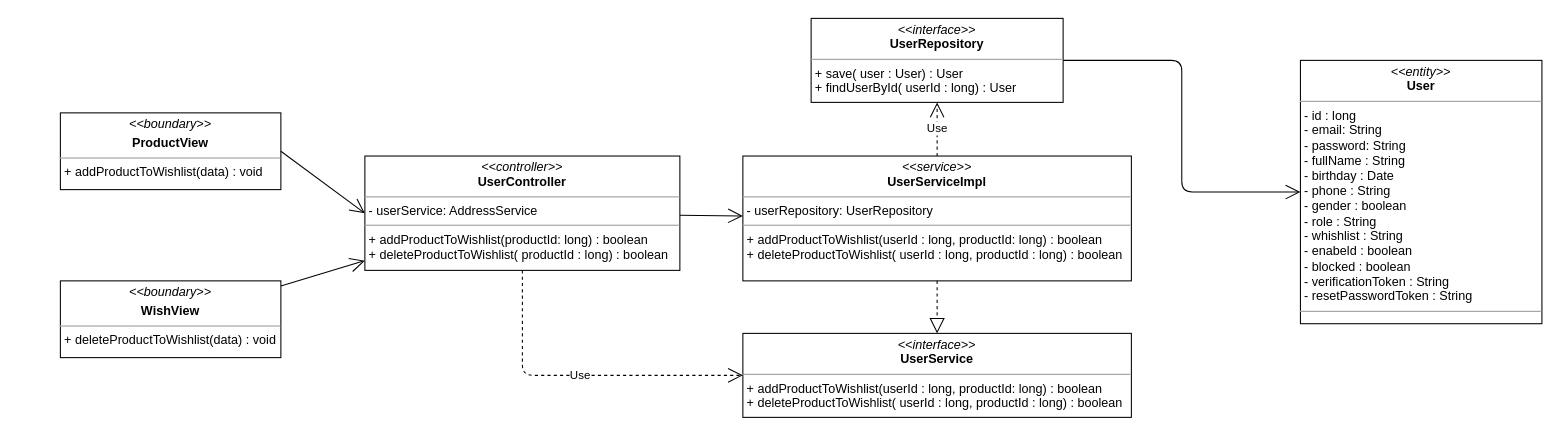
The draw.io diagram class diagram/add-product-wishlist-class-diagram.drawio in nguyenphamvan/datn_20202, before the edit. Source tidied: cells renumbered, new cells numbered last; positions are measured from the earlier drawing's top-left corner, leaving out a move shared by most shapes. Both pictures are drawn from the tidied source at 105%, with x=0, y=0 at pixel (60, 18).
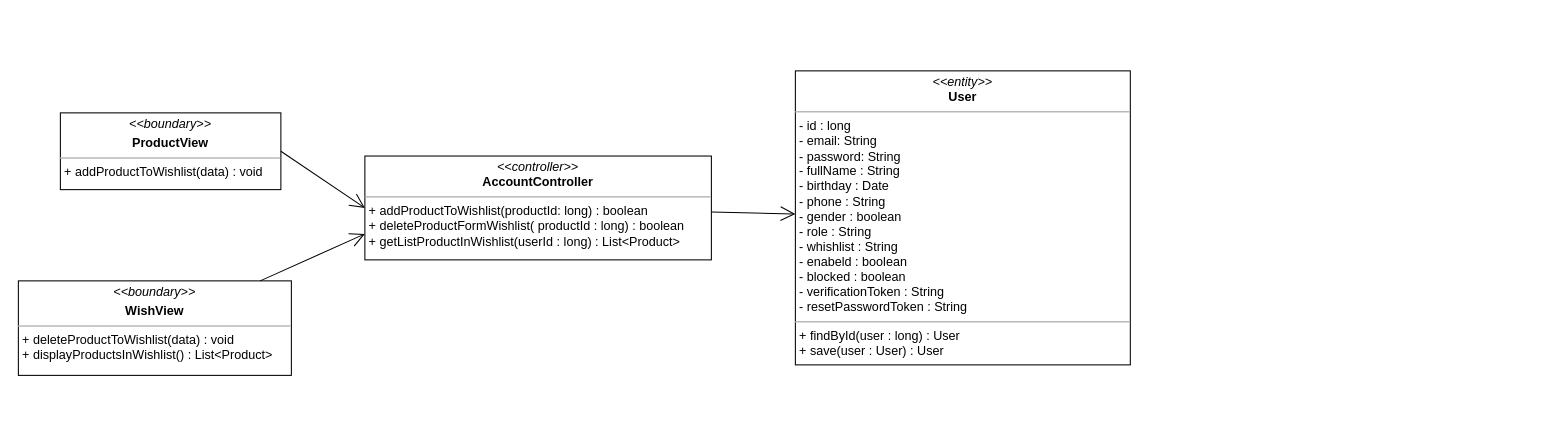
The same diagram, later.

The edit, as a diff of the source:
```diff
@@
 <mxGraphModel>
   <root>
     <mxCell id="0" />
     <mxCell id="1" parent="0" />
     <mxCell id="2" value="&lt;p style=&quot;margin: 0px ; margin-top: 4px ; text-align: center&quot;&gt;&lt;i&gt;&amp;lt;&amp;lt;boundary&amp;gt;&amp;gt;&lt;/i&gt;&lt;/p&gt;&lt;p style=&quot;margin: 0px ; margin-top: 4px ; text-align: center&quot;&gt;&lt;b&gt;ProductView&lt;/b&gt;&lt;/p&gt;&lt;hr size=&quot;1&quot;&gt;&lt;p style=&quot;margin: 0px ; margin-left: 4px&quot;&gt;&lt;span&gt;+ addProductToWishlist(data) : void&lt;/span&gt;&lt;br&gt;&lt;/p&gt;&lt;p style=&quot;margin: 0px ; margin-left: 4px&quot;&gt;&lt;span&gt;&lt;br&gt;&lt;/span&gt;&lt;/p&gt;" style="verticalAlign=top;align=left;overflow=fill;fontSize=12;fontFamily=Helvetica;html=1;" parent="1" vertex="1">
       <mxGeometry y="90" width="210" height="73.1" as="geometry" />
     </mxCell>
-    <mxCell id="3" value="&lt;p style=&quot;margin: 0px ; margin-top: 4px ; text-align: center&quot;&gt;&lt;i&gt;&amp;lt;&amp;lt;interface&amp;gt;&amp;gt;&lt;/i&gt;&lt;br&gt;&lt;b&gt;UserService&lt;/b&gt;&lt;/p&gt;&lt;hr size=&quot;1&quot;&gt;&lt;p style=&quot;margin: 0px ; margin-left: 4px&quot;&gt;&lt;span&gt;+ addProductToWishlist(userId : long, productId: long) : boolean&lt;/span&gt;&lt;br&gt;&lt;/p&gt;&lt;p style=&quot;margin: 0px ; margin-left: 4px&quot;&gt;&lt;span&gt;+ deleteProductToWishlist( userId : long, productId : long) : boolean&lt;/span&gt;&lt;/p&gt;" style="verticalAlign=top;align=left;overflow=fill;fontSize=12;fontFamily=Helvetica;html=1;" parent="1" vertex="1">
-      <mxGeometry x="650" y="300" width="370" height="80" as="geometry" />
-    </mxCell>
-    <mxCell id="4" value="&lt;p style=&quot;margin: 0px ; margin-top: 4px ; text-align: center&quot;&gt;&lt;i&gt;&amp;lt;&amp;lt;entity&amp;gt;&amp;gt;&lt;/i&gt;&lt;br&gt;&lt;b&gt;User&lt;/b&gt;&lt;/p&gt;&lt;hr size=&quot;1&quot;&gt;&lt;p style=&quot;margin: 0px ; margin-left: 4px&quot;&gt;- id : long&lt;/p&gt;&lt;p style=&quot;margin: 0px ; margin-left: 4px&quot;&gt;- email: String&lt;br&gt;- password: String&lt;/p&gt;&lt;p style=&quot;margin: 0px ; margin-left: 4px&quot;&gt;- fullName : String&lt;/p&gt;&lt;p style=&quot;margin: 0px ; margin-left: 4px&quot;&gt;- birthday : Date&lt;/p&gt;&lt;p style=&quot;margin: 0px ; margin-left: 4px&quot;&gt;- phone : String&lt;/p&gt;&lt;p style=&quot;margin: 0px ; margin-left: 4px&quot;&gt;- gender : boolean&lt;/p&gt;&lt;p style=&quot;margin: 0px ; margin-left: 4px&quot;&gt;- role : String&lt;/p&gt;&lt;p style=&quot;margin: 0px ; margin-left: 4px&quot;&gt;- whishlist : String&lt;/p&gt;&lt;p style=&quot;margin: 0px ; margin-left: 4px&quot;&gt;- enabeld : boolean&lt;/p&gt;&lt;p style=&quot;margin: 0px ; margin-left: 4px&quot;&gt;- blocked : boolean&lt;/p&gt;&lt;p style=&quot;margin: 0px ; margin-left: 4px&quot;&gt;- verificationToken : String&lt;/p&gt;&lt;p style=&quot;margin: 0px ; margin-left: 4px&quot;&gt;- resetPasswordToken : String&lt;/p&gt;&lt;hr size=&quot;1&quot;&gt;&lt;p style=&quot;margin: 0px ; margin-left: 4px&quot;&gt;&lt;br&gt;&lt;/p&gt;" style="verticalAlign=top;align=left;overflow=fill;fontSize=12;fontFamily=Helvetica;html=1;" parent="1" vertex="1">
-      <mxGeometry x="1181" y="40" width="230" height="250.8" as="geometry" />
+    <mxCell id="4" value="&lt;p style=&quot;margin: 0px ; margin-top: 4px ; text-align: center&quot;&gt;&lt;i&gt;&amp;lt;&amp;lt;entity&amp;gt;&amp;gt;&lt;/i&gt;&lt;br&gt;&lt;b&gt;User&lt;/b&gt;&lt;/p&gt;&lt;hr size=&quot;1&quot;&gt;&lt;p style=&quot;margin: 0px ; margin-left: 4px&quot;&gt;- id : long&lt;/p&gt;&lt;p style=&quot;margin: 0px ; margin-left: 4px&quot;&gt;- email: String&lt;br&gt;- password: String&lt;/p&gt;&lt;p style=&quot;margin: 0px ; margin-left: 4px&quot;&gt;- fullName : String&lt;/p&gt;&lt;p style=&quot;margin: 0px ; margin-left: 4px&quot;&gt;- birthday : Date&lt;/p&gt;&lt;p style=&quot;margin: 0px ; margin-left: 4px&quot;&gt;- phone : String&lt;/p&gt;&lt;p style=&quot;margin: 0px ; margin-left: 4px&quot;&gt;- gender : boolean&lt;/p&gt;&lt;p style=&quot;margin: 0px ; margin-left: 4px&quot;&gt;- role : String&lt;/p&gt;&lt;p style=&quot;margin: 0px ; margin-left: 4px&quot;&gt;- whishlist : String&lt;/p&gt;&lt;p style=&quot;margin: 0px ; margin-left: 4px&quot;&gt;- enabeld : boolean&lt;/p&gt;&lt;p style=&quot;margin: 0px ; margin-left: 4px&quot;&gt;- blocked : boolean&lt;/p&gt;&lt;p style=&quot;margin: 0px ; margin-left: 4px&quot;&gt;- verificationToken : String&lt;/p&gt;&lt;p style=&quot;margin: 0px ; margin-left: 4px&quot;&gt;- resetPasswordToken : String&lt;/p&gt;&lt;hr size=&quot;1&quot;&gt;&lt;p style=&quot;margin: 0px ; margin-left: 4px&quot;&gt;+ findById(user : long) : User&lt;/p&gt;&lt;p style=&quot;margin: 0px ; margin-left: 4px&quot;&gt;+ save(user : User) : User&lt;/p&gt;" style="verticalAlign=top;align=left;overflow=fill;fontSize=12;fontFamily=Helvetica;html=1;" parent="1" vertex="1">
+      <mxGeometry x="700" y="50" width="319" height="280" as="geometry" />
     </mxCell>
     <mxCell id="5" style="endArrow=open;endFill=1;endSize=12;html=1;entryX=0;entryY=0.5;entryDx=0;entryDy=0;exitX=1;exitY=0.5;exitDx=0;exitDy=0;" parent="1" edge="1" source="2" target="7">
       <mxGeometry relative="1" as="geometry" />
     </mxCell>
-    <mxCell id="6" style="endArrow=open;endFill=1;endSize=12;html=1;entryX=0;entryY=0.5;entryDx=0;entryDy=0;edgeStyle=orthogonalEdgeStyle;" parent="1" edge="1" source="9" target="4">
-      <mxGeometry relative="1" as="geometry" />
-    </mxCell>
-    <mxCell id="7" value="&lt;p style=&quot;margin: 0px ; margin-top: 4px ; text-align: center&quot;&gt;&lt;i&gt;&amp;lt;&amp;lt;controller&amp;gt;&amp;gt;&lt;/i&gt;&lt;br&gt;&lt;b&gt;UserController&lt;/b&gt;&lt;br&gt;&lt;/p&gt;&lt;hr size=&quot;1&quot;&gt;&lt;p style=&quot;margin: 0px ; margin-left: 4px&quot;&gt;- userService: AddressService&lt;/p&gt;&lt;hr size=&quot;1&quot;&gt;&lt;p style=&quot;margin: 0px ; margin-left: 4px&quot;&gt;+ addProductToWishlist(productId: long) : boolean&lt;br&gt;&lt;/p&gt;&lt;p style=&quot;margin: 0px ; margin-left: 4px&quot;&gt;+ deleteProductToWishlist( productId : long) : boolean&lt;/p&gt;" style="verticalAlign=top;align=left;overflow=fill;fontSize=12;fontFamily=Helvetica;html=1;" parent="1" vertex="1">
-      <mxGeometry x="290" y="131.1" width="300" height="108.9" as="geometry" />
+    <mxCell id="7" value="&lt;p style=&quot;margin: 0px ; margin-top: 4px ; text-align: center&quot;&gt;&lt;i&gt;&amp;lt;&amp;lt;controller&amp;gt;&amp;gt;&lt;/i&gt;&lt;br&gt;&lt;b&gt;AccountController&lt;/b&gt;&lt;br&gt;&lt;/p&gt;&lt;hr size=&quot;1&quot;&gt;&lt;p style=&quot;margin: 0px ; margin-left: 4px&quot;&gt;&lt;span&gt;+ addProductToWishlist(productId: long) : boolean&lt;/span&gt;&lt;br&gt;&lt;/p&gt;&lt;p style=&quot;margin: 0px ; margin-left: 4px&quot;&gt;+ deleteProductFormWishlist( productId : long) : boolean&lt;/p&gt;&lt;p style=&quot;margin: 0px ; margin-left: 4px&quot;&gt;+ getListProductInWishlist(userId : long) : List&amp;lt;Product&amp;gt;&lt;/p&gt;" style="verticalAlign=top;align=left;overflow=fill;fontSize=12;fontFamily=Helvetica;html=1;" parent="1" vertex="1">
+      <mxGeometry x="290" y="131.1" width="330" height="98.9" as="geometry" />
     </mxCell>
-    <mxCell id="8" value="&lt;p style=&quot;margin: 0px ; margin-top: 4px ; text-align: center&quot;&gt;&lt;i&gt;&amp;lt;&amp;lt;service&amp;gt;&amp;gt;&lt;/i&gt;&lt;br&gt;&lt;b&gt;UserServiceImpl&lt;/b&gt;&lt;br&gt;&lt;/p&gt;&lt;hr size=&quot;1&quot;&gt;&lt;p style=&quot;margin: 0px ; margin-left: 4px&quot;&gt;- userRepository: UserRepository&lt;/p&gt;&lt;hr size=&quot;1&quot;&gt;&lt;p style=&quot;margin: 0px ; margin-left: 4px&quot;&gt;+ addProductToWishlist(userId : long, productId: long) : boolean&lt;br&gt;&lt;/p&gt;&lt;p style=&quot;margin: 0px ; margin-left: 4px&quot;&gt;+ deleteProductToWishlist( userId : long, productId : long) : boolean&lt;/p&gt;" style="verticalAlign=top;align=left;overflow=fill;fontSize=12;fontFamily=Helvetica;html=1;" parent="1" vertex="1">
-      <mxGeometry x="650" y="131.1" width="370" height="118.9" as="geometry" />
-    </mxCell>
-    <mxCell id="9" value="&lt;p style=&quot;margin: 0px ; margin-top: 4px ; text-align: center&quot;&gt;&lt;i&gt;&amp;lt;&amp;lt;interface&amp;gt;&amp;gt;&lt;/i&gt;&lt;br&gt;&lt;b&gt;UserRepository&lt;/b&gt;&lt;/p&gt;&lt;hr size=&quot;1&quot;&gt;&lt;p style=&quot;margin: 0px ; margin-left: 4px&quot;&gt;+ save( user : User) : User&lt;/p&gt;&lt;p style=&quot;margin: 0px ; margin-left: 4px&quot;&gt;+ findUserById( userId : long) : User&lt;/p&gt;" style="verticalAlign=top;align=left;overflow=fill;fontSize=12;fontFamily=Helvetica;html=1;" parent="1" vertex="1">
-      <mxGeometry x="715" width="240" height="80" as="geometry" />
-    </mxCell>
-    <mxCell id="10" value="Use" style="endArrow=open;endSize=12;dashed=1;html=1;edgeStyle=orthogonalEdgeStyle;" parent="1" edge="1" source="7" target="3">
-      <mxGeometry relative="1" as="geometry">
-        <Array as="points">
-          <mxPoint x="440" y="340" />
-        </Array>
-      </mxGeometry>
-    </mxCell>
-    <mxCell id="11" value="Use" style="endArrow=open;endSize=12;dashed=1;html=1;" parent="1" edge="1" source="8" target="9">
-      <mxGeometry relative="1" as="geometry" />
-    </mxCell>
-    <mxCell id="12" style="endArrow=open;endFill=1;endSize=12;html=1;" parent="1" edge="1" source="7" target="8">
+    <mxCell id="12" style="endArrow=open;endFill=1;endSize=12;html=1;" parent="1" edge="1" source="7" target="4">
       <mxGeometry relative="1" as="geometry" />
     </mxCell>
-    <mxCell id="13" value="&lt;p style=&quot;margin: 0px ; margin-top: 4px ; text-align: center&quot;&gt;&lt;i&gt;&amp;lt;&amp;lt;boundary&amp;gt;&amp;gt;&lt;/i&gt;&lt;/p&gt;&lt;p style=&quot;margin: 0px ; margin-top: 4px ; text-align: center&quot;&gt;&lt;b&gt;WishView&lt;/b&gt;&lt;/p&gt;&lt;hr size=&quot;1&quot;&gt;&lt;p style=&quot;margin: 0px ; margin-left: 4px&quot;&gt;&lt;span&gt;+ deleteProductToWishlist(data) : void&lt;/span&gt;&lt;br&gt;&lt;/p&gt;&lt;p style=&quot;margin: 0px ; margin-left: 4px&quot;&gt;&lt;span&gt;&lt;br&gt;&lt;/span&gt;&lt;/p&gt;" style="verticalAlign=top;align=left;overflow=fill;fontSize=12;fontFamily=Helvetica;html=1;" parent="1" vertex="1">
-      <mxGeometry y="250" width="210" height="73.1" as="geometry" />
+    <mxCell id="13" value="&lt;p style=&quot;margin: 0px ; margin-top: 4px ; text-align: center&quot;&gt;&lt;i&gt;&amp;lt;&amp;lt;boundary&amp;gt;&amp;gt;&lt;/i&gt;&lt;/p&gt;&lt;p style=&quot;margin: 0px ; margin-top: 4px ; text-align: center&quot;&gt;&lt;b&gt;WishView&lt;/b&gt;&lt;/p&gt;&lt;hr size=&quot;1&quot;&gt;&lt;p style=&quot;margin: 0px ; margin-left: 4px&quot;&gt;&lt;span&gt;+ deleteProductToWishlist(data) : void&lt;/span&gt;&lt;br&gt;&lt;/p&gt;&lt;p style=&quot;margin: 0px ; margin-left: 4px&quot;&gt;&lt;span&gt;+ displayProductsInWishlist() : List&amp;lt;Product&amp;gt;&lt;/span&gt;&lt;/p&gt;" style="verticalAlign=top;align=left;overflow=fill;fontSize=12;fontFamily=Helvetica;html=1;" parent="1" vertex="1">
+      <mxGeometry x="-40" y="250" width="260" height="90" as="geometry" />
     </mxCell>
-    <mxCell id="14" style="endArrow=open;endFill=1;endSize=12;html=1;" parent="1" edge="1" source="13" target="7">
+    <mxCell id="14" style="endArrow=open;endFill=1;endSize=12;html=1;entryX=0;entryY=0.75;entryDx=0;entryDy=0;" parent="1" edge="1" source="13" target="7">
       <mxGeometry relative="1" as="geometry" />
     </mxCell>
-    <mxCell id="15" style="endArrow=block;dashed=1;endFill=0;endSize=12;html=1;" parent="1" edge="1" source="8" target="3">
-      <mxGeometry relative="1" as="geometry" />
-    </mxCell>
   </root>
 </mxGraphModel>
```
